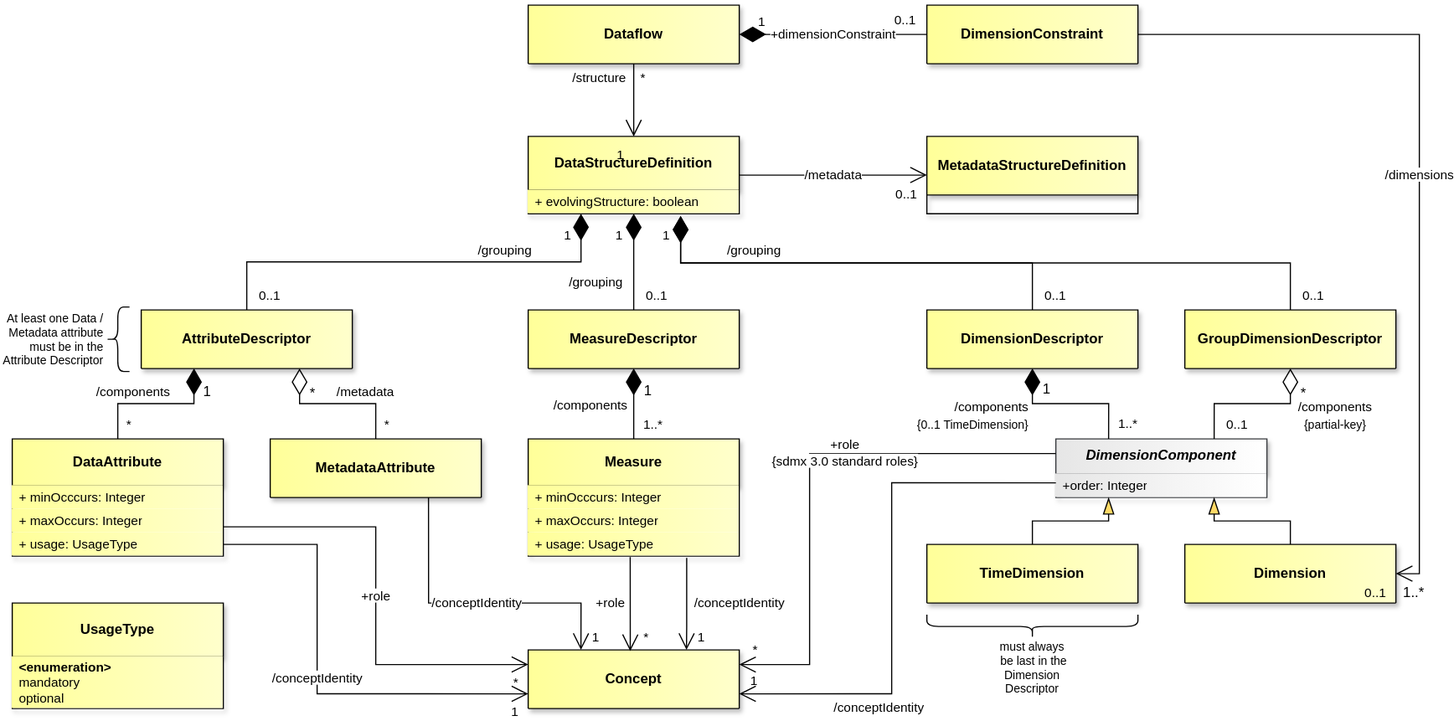
This is docs/information_model/media/sdmx_datastructure-datastructuredefinition_relationship.svg from sdmx-twg/sdmx-im, a draw.io export, as it was before one commit. Source tidied: cells renumbered, new cells last; positions are measured from the earlier drawing's top-left corner, leaving out a move shared by most shapes.
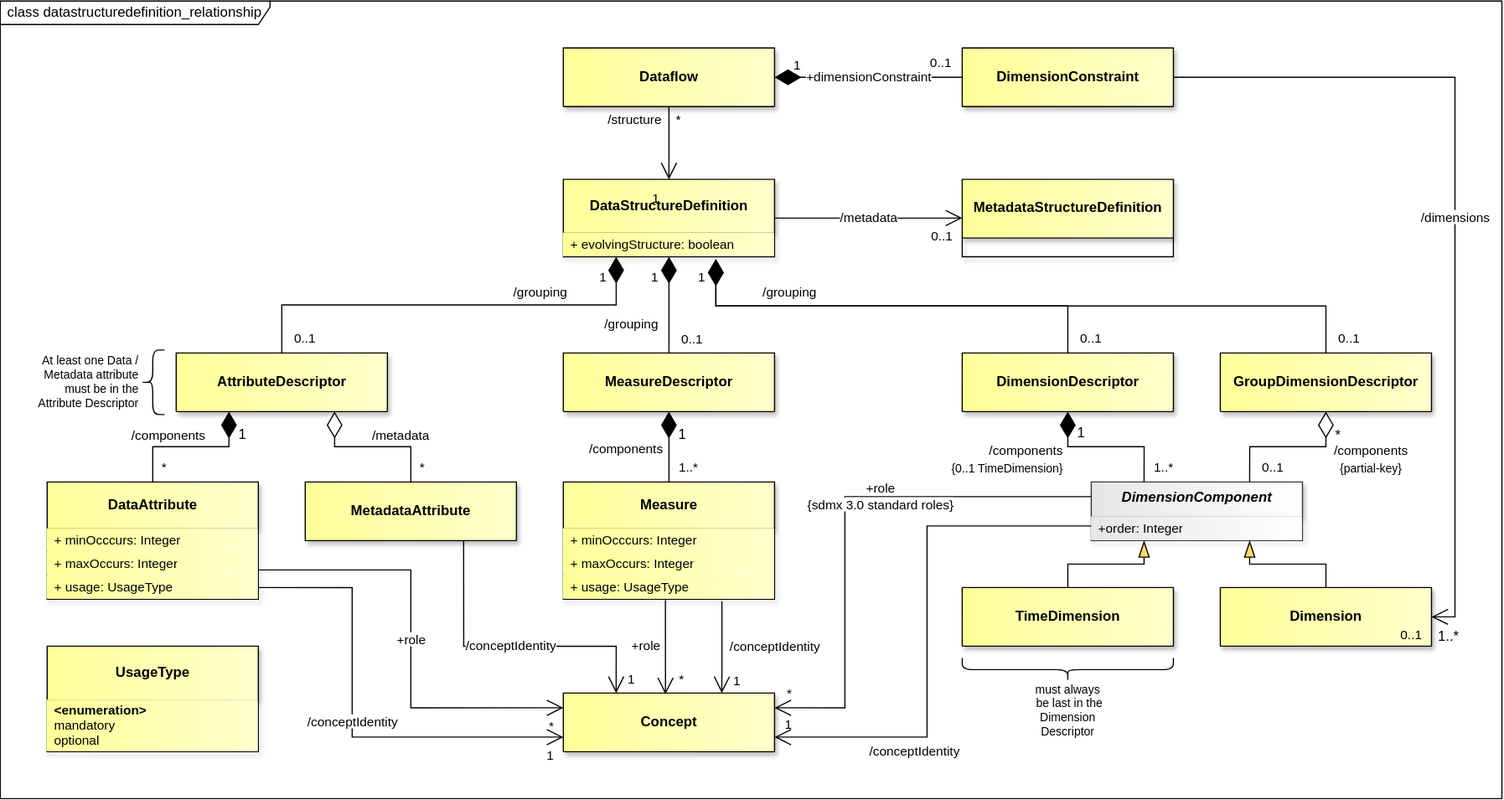
After the commit.

What changed in the source:
```diff
@@ -2,6 +2,9 @@
   <root>
     <mxCell id="0" />
     <mxCell id="1" parent="0" />
+    <mxCell id="97" value="class datastructuredefinition_relationship" style="shape=umlFrame;whiteSpace=wrap;html=1;fillColor=light-dark(#FFFFFF,#121212);swimlaneFillColor=light-dark(#FFFFFF,#121212);width=230;height=20;align=center;" parent="1" vertex="1">
+      <mxGeometry x="-30" y="-40" width="1280" height="680" as="geometry" />
+    </mxCell>
     <mxCell id="2" style="endArrow=none;" parent="1" edge="1">
       <mxGeometry relative="1" as="geometry" />
     </mxCell>
@@ -338,11 +341,6 @@
         <mxPoint x="11" y="-9" as="offset" />
       </mxGeometry>
     </mxCell>
-    <mxCell id="80" value="*" style="edgeLabel;html=1;align=center;verticalAlign=middle;fontSize=12;" parent="77" vertex="1">
-      <mxGeometry x="-0.74" y="2" relative="1" as="geometry">
-        <mxPoint x="8" y="4" as="offset" />
-      </mxGeometry>
-    </mxCell>
     <mxCell id="81" style="shape=curlyBracket;whiteSpace=wrap;html=1;rounded=1;labelPosition=left;verticalLabelPosition=middle;align=right;verticalAlign=middle;" parent="1" vertex="1">
       <mxGeometry x="90" y="257.5" width="20" height="55" as="geometry" />
     </mxCell>
```
